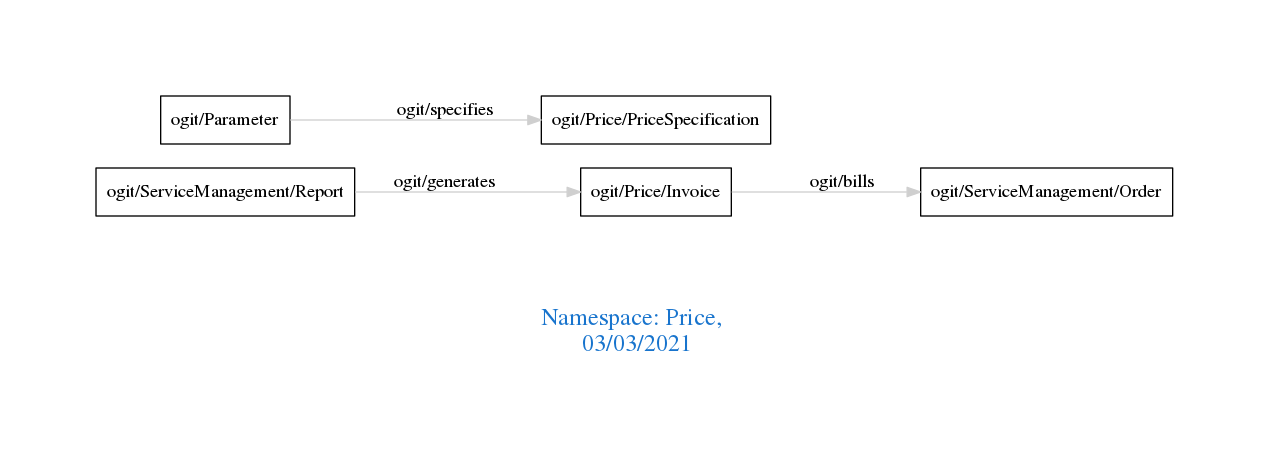
The Graphviz diagram downloads/Price.png in arago/OGIT, before a commit. Its source is kept beside it as downloads/Price.dot.
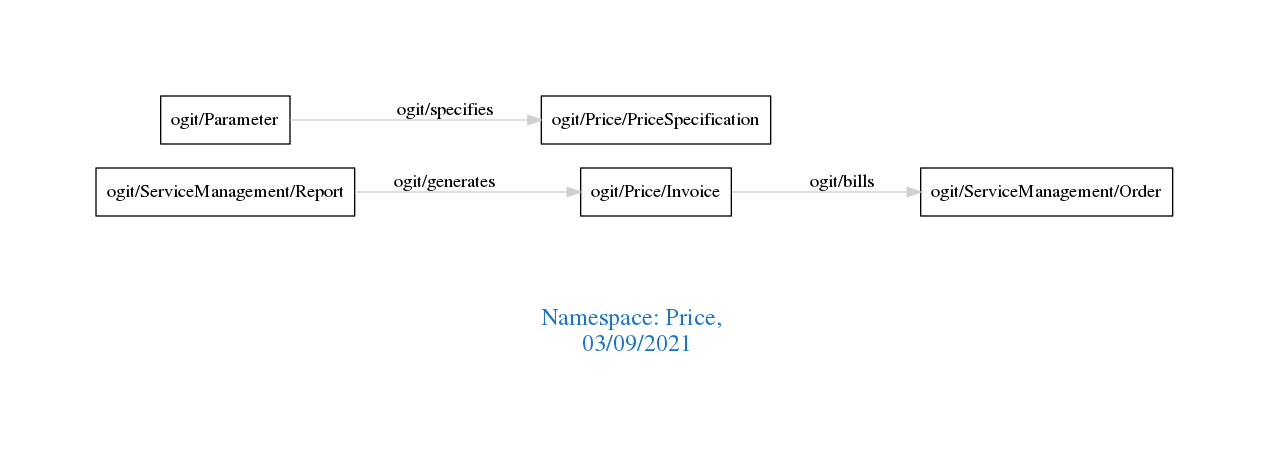
After the change.

The edit, as a diff of the source:
```diff
@@ -1,7 +1,7 @@
 digraph OGIT_ontology {
  graph [ rankdir= LR,pad=1
 fontsize = 18,
-fontcolor= dodgerblue3,label = "\n\n\nNamespace: Price, \n 03/03/2021"];
+fontcolor= dodgerblue3,label = "\n\n\nNamespace: Price, \n 03/09/2021"];
 node[shape=polygon];
 edge [  color="gray81"];
 
```
